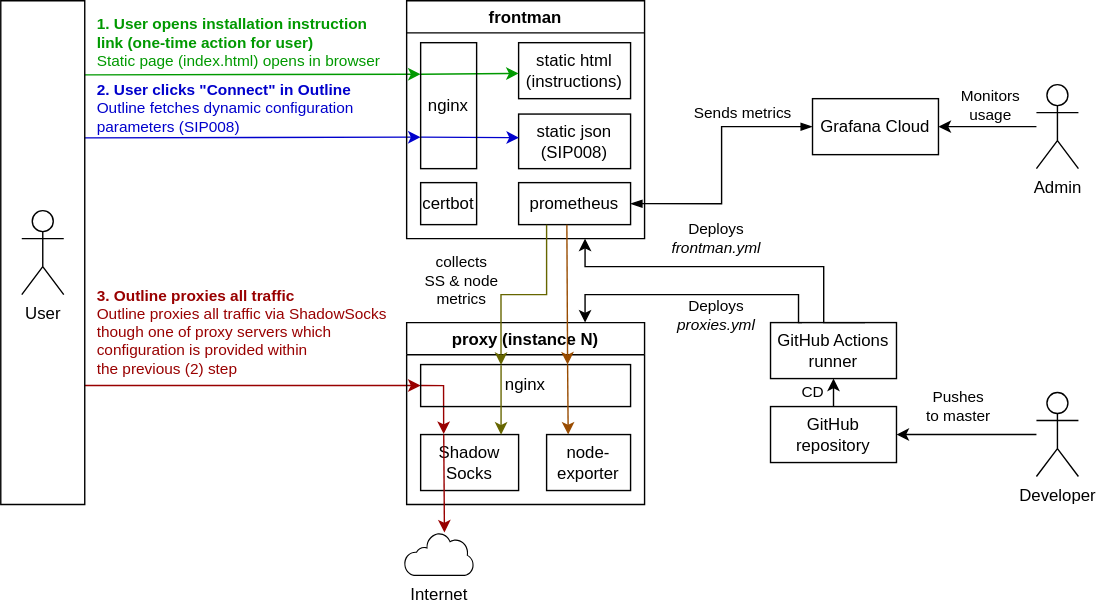
This is diagram.svg from ed-asriyan/proxy-server, a draw.io export, as it was before one commit. Source tidied: cells renumbered, new cells last; positions are measured from the earlier drawing's top-left corner, leaving out a move shared by most shapes.
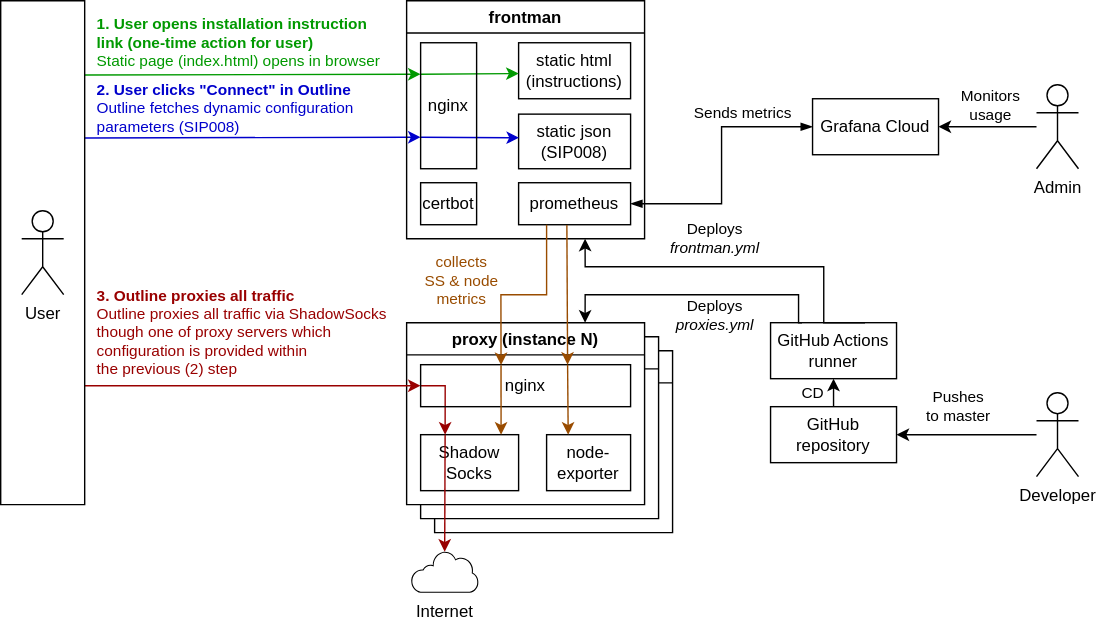
Above is the later version.

Diff of the diagram source:
```diff
@@ -2,6 +2,12 @@
   <root>
     <mxCell id="0" />
     <mxCell id="1" parent="0" />
+    <mxCell id="46" value="proxy (instance N-2)" style="swimlane;fillColor=default;labelBackgroundColor=none;gradientColor=none;swimlaneFillColor=#FFFFFF;" parent="1" vertex="1">
+      <mxGeometry x="310" y="250" width="170" height="130" as="geometry" />
+    </mxCell>
+    <mxCell id="47" value="proxy (instance N-1)" style="swimlane;fillColor=default;labelBackgroundColor=none;gradientColor=none;swimlaneFillColor=#FFFFFF;" parent="1" vertex="1">
+      <mxGeometry x="300" y="240" width="170" height="130" as="geometry" />
+    </mxCell>
     <mxCell id="2" style="endArrow=classic;html=1;rounded=0;exitX=0.75;exitY=0;exitDx=0;exitDy=0;edgeStyle=orthogonalEdgeStyle;entryX=0.75;entryY=1;entryDx=0;entryDy=0;" parent="1" edge="1" source="38" target="17">
       <mxGeometry relative="1" as="geometry">
         <Array as="points">
@@ -35,17 +41,7 @@
         <mxPoint x="-84" y="-18" as="offset" />
       </mxGeometry>
     </mxCell>
-    <mxCell id="8" style="endArrow=classic;html=1;rounded=0;entryX=0;entryY=0.5;entryDx=0;entryDy=0;fontColor=#990000;strokeColor=#990000;" parent="1" edge="1" target="14">
-      <mxGeometry relative="1" as="geometry">
-        <mxPoint x="60" y="275" as="sourcePoint" />
-      </mxGeometry>
-    </mxCell>
-    <mxCell id="9" value="&lt;div style=&quot;&quot;&gt;&lt;b&gt;3. Outline proxies all traffic&amp;nbsp;&lt;/b&gt;&lt;/div&gt;&lt;div style=&quot;&quot;&gt;Outline proxies all traffic via ShadowSocks&lt;/div&gt;&lt;div style=&quot;&quot;&gt;though one of proxy servers which&lt;/div&gt;&lt;div style=&quot;&quot;&gt;configuration is provided within&lt;/div&gt;&lt;div style=&quot;&quot;&gt;the previous (2) step&lt;/div&gt;" style="edgeLabel;html=1;align=left;verticalAlign=middle;fontColor=#990000;labelBackgroundColor=none;" parent="8" vertex="1">
-      <mxGeometry x="-0.24" y="3" relative="1" as="geometry">
-        <mxPoint x="-84" y="-35" as="offset" />
-      </mxGeometry>
-    </mxCell>
-    <mxCell id="10" value="proxy (instance N)" style="swimlane;fillColor=none;labelBackgroundColor=none;" parent="1" vertex="1">
+    <mxCell id="10" value="proxy (instance N)" style="swimlane;fillColor=default;labelBackgroundColor=none;gradientColor=none;swimlaneFillColor=#FFFFFF;" parent="1" vertex="1">
       <mxGeometry x="290" y="230" width="170" height="130" as="geometry" />
     </mxCell>
     <mxCell id="11" value="&lt;div&gt;Shadow&lt;/div&gt;&lt;div&gt;Socks&lt;/div&gt;" style="whiteSpace=wrap;html=1;fillColor=none;" parent="10" vertex="1">
@@ -54,13 +50,13 @@
     <mxCell id="12" value="&lt;div&gt;node-exporter&lt;/div&gt;" style="whiteSpace=wrap;html=1;fillColor=none;" parent="10" vertex="1">
       <mxGeometry x="100" y="80" width="60" height="40" as="geometry" />
     </mxCell>
-    <mxCell id="13" style="rounded=0;jettySize=auto;html=1;strokeColor=#990000;exitX=0;exitY=0.5;exitDx=0;exitDy=0;entryX=0.235;entryY=-0.008;entryDx=0;entryDy=0;edgeStyle=orthogonalEdgeStyle;entryPerimeter=0;" parent="10" edge="1" source="14" target="11">
+    <mxCell id="13" style="rounded=0;jettySize=auto;html=1;strokeColor=#990000;exitX=0;exitY=0.5;exitDx=0;exitDy=0;entryX=0.25;entryY=0;entryDx=0;entryDy=0;edgeStyle=orthogonalEdgeStyle;" parent="10" edge="1" source="14" target="11">
       <mxGeometry relative="1" as="geometry" />
     </mxCell>
     <mxCell id="14" value="nginx" style="rounded=0;whiteSpace=wrap;html=1;fillColor=none;" parent="10" vertex="1">
       <mxGeometry x="10" y="30" width="150" height="30" as="geometry" />
     </mxCell>
-    <mxCell id="15" style="endArrow=classic;html=1;rounded=0;strokeColor=#666600;entryX=0.821;entryY=0.002;entryDx=0;entryDy=0;exitX=0.383;exitY=0.014;exitDx=0;exitDy=0;exitPerimeter=0;entryPerimeter=0;" parent="10" edge="1" source="14" target="11">
+    <mxCell id="15" style="endArrow=classic;html=1;rounded=0;strokeColor=#994C00;entryX=0.821;entryY=0.002;entryDx=0;entryDy=0;exitX=0.383;exitY=0.014;exitDx=0;exitDy=0;exitPerimeter=0;entryPerimeter=0;" parent="10" edge="1" source="14" target="11">
       <mxGeometry relative="1" as="geometry" />
     </mxCell>
     <mxCell id="16" style="endArrow=classic;html=1;rounded=0;strokeColor=#994C00;entryX=0.257;entryY=0.001;entryDx=0;entryDy=0;entryPerimeter=0;" parent="10" edge="1" target="12">
@@ -68,6 +64,16 @@
         <mxPoint x="115" y="30" as="sourcePoint" />
       </mxGeometry>
     </mxCell>
+    <mxCell id="8" style="endArrow=classic;html=1;rounded=0;entryX=0;entryY=0.5;entryDx=0;entryDy=0;fontColor=#990000;strokeColor=#990000;" parent="1" edge="1" target="14">
+      <mxGeometry relative="1" as="geometry">
+        <mxPoint x="60" y="275" as="sourcePoint" />
+      </mxGeometry>
+    </mxCell>
+    <mxCell id="9" value="&lt;div style=&quot;&quot;&gt;&lt;b&gt;3. Outline proxies all traffic&amp;nbsp;&lt;/b&gt;&lt;/div&gt;&lt;div style=&quot;&quot;&gt;Outline proxies all traffic via ShadowSocks&lt;/div&gt;&lt;div style=&quot;&quot;&gt;though one of proxy servers which&lt;/div&gt;&lt;div style=&quot;&quot;&gt;configuration is provided within&lt;/div&gt;&lt;div style=&quot;&quot;&gt;the previous (2) step&lt;/div&gt;" style="edgeLabel;html=1;align=left;verticalAlign=middle;fontColor=#990000;labelBackgroundColor=none;" parent="8" vertex="1">
+      <mxGeometry x="-0.24" y="3" relative="1" as="geometry">
+        <mxPoint x="-84" y="-35" as="offset" />
+      </mxGeometry>
+    </mxCell>
     <mxCell id="17" value="frontman" style="swimlane;strokeColor=default;swimlaneLine=1;fillColor=none;labelBackgroundColor=none;" parent="1" vertex="1">
       <mxGeometry x="290" width="170" height="170" as="geometry" />
     </mxCell>
@@ -160,22 +166,22 @@
         <mxPoint x="405" y="260" as="targetPoint" />
       </mxGeometry>
     </mxCell>
-    <mxCell id="42" style="endArrow=classic;html=1;rounded=0;strokeColor=#666600;entryX=0.383;entryY=0.009;entryDx=0;entryDy=0;exitX=0.25;exitY=1;exitDx=0;exitDy=0;edgeStyle=orthogonalEdgeStyle;entryPerimeter=0;" parent="1" edge="1" source="23" target="14">
+    <mxCell id="42" style="endArrow=classic;html=1;rounded=0;strokeColor=#994C00;entryX=0.383;entryY=0.009;entryDx=0;entryDy=0;exitX=0.25;exitY=1;exitDx=0;exitDy=0;edgeStyle=orthogonalEdgeStyle;entryPerimeter=0;" parent="1" edge="1" source="23" target="14">
       <mxGeometry relative="1" as="geometry" />
     </mxCell>
-    <mxCell id="43" value="&lt;div&gt;collects&lt;/div&gt;&lt;div&gt;SS &amp;amp; node&lt;/div&gt;&lt;div&gt;metrics&lt;/div&gt;" style="edgeLabel;html=1;align=center;verticalAlign=middle;" parent="42" vertex="1">
+    <mxCell id="43" value="&lt;div&gt;collects&lt;/div&gt;&lt;div&gt;SS &amp;amp; node&lt;/div&gt;&lt;div&gt;metrics&lt;/div&gt;" style="edgeLabel;html=1;align=center;verticalAlign=middle;fontColor=#994C00;" parent="42" vertex="1">
       <mxGeometry x="0.08" y="1" relative="1" as="geometry">
         <mxPoint x="-40" y="-11" as="offset" />
       </mxGeometry>
     </mxCell>
     <mxCell id="44" value="Internet" style="sketch=0;shadow=0;dashed=0;html=1;strokeColor=none;labelPosition=center;verticalLabelPosition=bottom;verticalAlign=top;align=center;fillColor=#000000;shape=mxgraph.mscae.enterprise.internet_hollow;" parent="1" vertex="1">
-      <mxGeometry x="288" y="380" width="50" height="31" as="geometry" />
+      <mxGeometry x="293" y="393" width="48.4" height="30" as="geometry" />
     </mxCell>
-    <mxCell id="45" style="rounded=0;orthogonalLoop=1;jettySize=auto;html=1;strokeColor=#990000;exitX=0.25;exitY=0;exitDx=0;exitDy=0;entryX=0.6;entryY=0;entryDx=0;entryDy=0;entryPerimeter=0;" parent="1" edge="1">
-      <mxGeometry relative="1" as="geometry">
-        <mxPoint x="316.5" y="310" as="sourcePoint" />
-        <mxPoint x="317" y="380" as="targetPoint" />
-      </mxGeometry>
+    <mxCell id="45" style="rounded=0;jettySize=auto;html=1;strokeColor=#990000;exitX=0.25;exitY=0;exitDx=0;exitDy=0;entryX=0.5;entryY=0.02;entryDx=0;entryDy=0;entryPerimeter=0;" parent="1" edge="1" source="11" target="44">
+      <mxGeometry relative="1" as="geometry" />
     </mxCell>
+    <mxCell id="48" style="edgeStyle=orthogonalEdgeStyle;rounded=0;orthogonalLoop=1;jettySize=auto;html=1;exitX=0.5;exitY=1;exitDx=0;exitDy=0;exitPerimeter=0;" parent="1" edge="1" source="44" target="44">
+      <mxGeometry relative="1" as="geometry" />
+    </mxCell>
   </root>
 </mxGraphModel>
```
